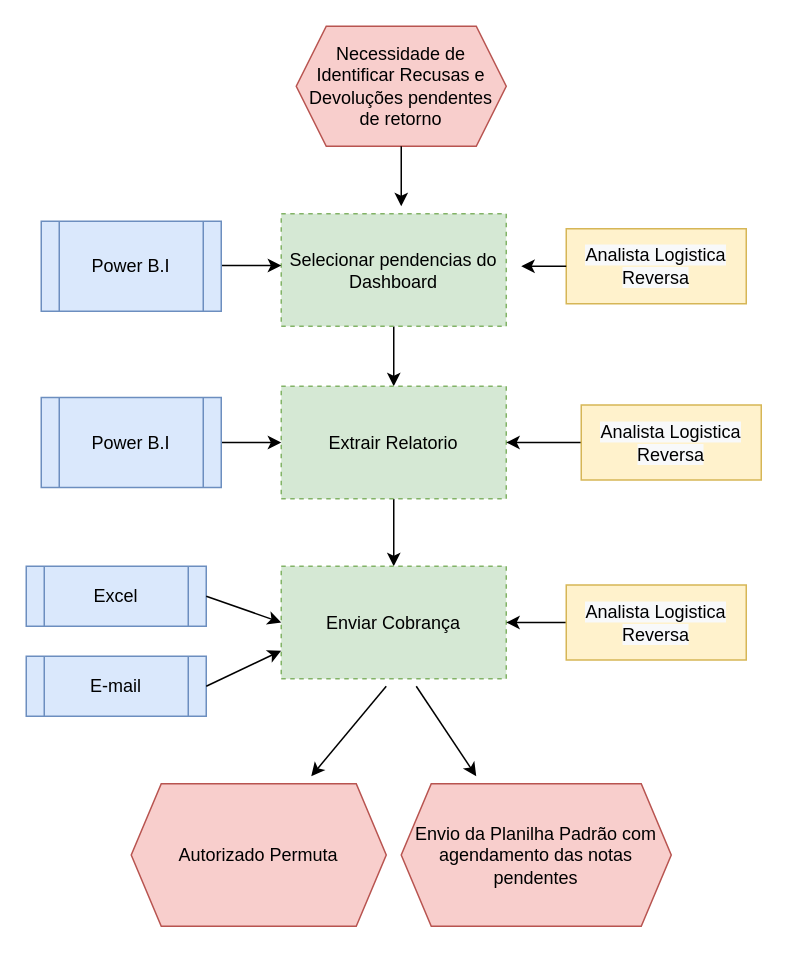
Above: page "Cenario Proposto" (2 of 2) of Untitled Diagram.drawio in Camila1445/205154 (draw.io), before the change. Source tidied: cells renumbered, new cells numbered last; positions are measured from the earlier drawing's top-left corner, leaving out a move shared by most shapes. Both pictures are drawn from the tidied source at 150%, with x=0, y=0 at pixel (26, 26).
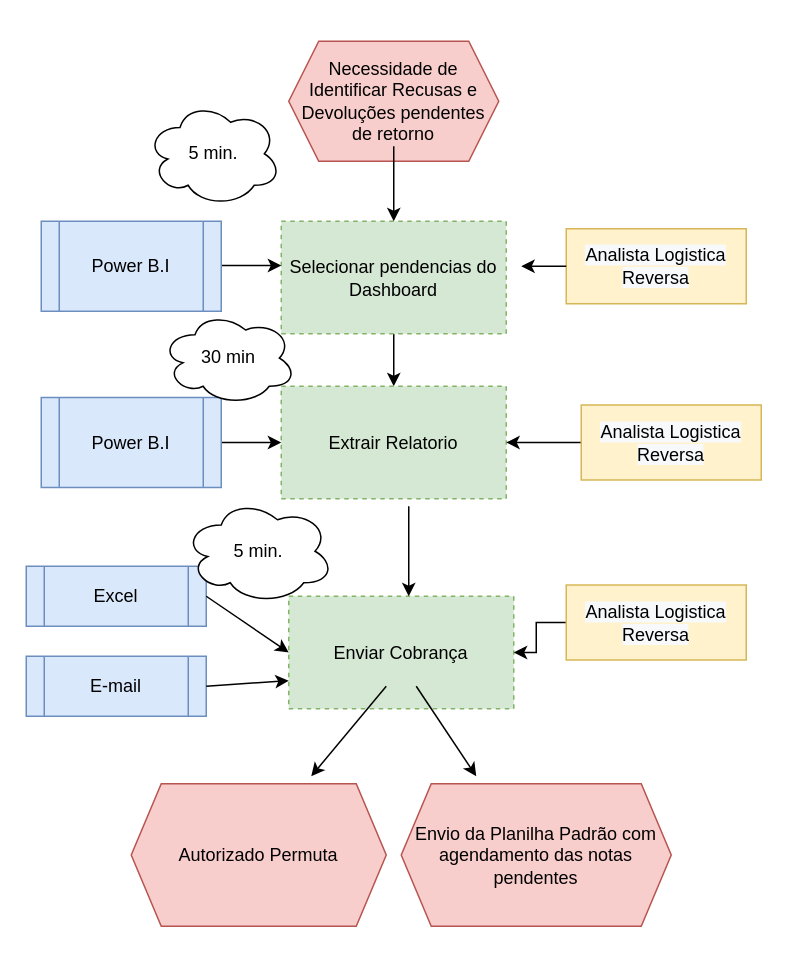
The same diagram, later.

The change refers to these unchanged cells:
```xml
<mxCell id="11" value="Extrair Relatorio" style="rounded=0;whiteSpace=wrap;html=1;dashed=1;fillColor=#d5e8d4;strokeColor=#82b366;" parent="1" vertex="1">
  <mxGeometry x="170" y="240" width="150" height="75" as="geometry" />
</mxCell>
```

Change to the diagram source:
```diff
@@
     <mxCell id="2" value="Necessidade de Identificar Recusas e Devoluções pendentes de retorno" style="shape=hexagon;perimeter=hexagonPerimeter2;whiteSpace=wrap;html=1;fixedSize=1;fillColor=#f8cecc;strokeColor=#b85450;" parent="1" vertex="1">
-      <mxGeometry x="180" width="140" height="80" as="geometry" />
+      <mxGeometry x="175" y="10" width="140" height="80" as="geometry" />
     </mxCell>
@@
     <mxCell id="4" value="Selecionar pendencias do Dashboard" style="rounded=0;whiteSpace=wrap;html=1;dashed=1;fillColor=#d5e8d4;strokeColor=#82b366;" parent="1" vertex="1">
-      <mxGeometry x="170" y="125" width="150" height="75" as="geometry" />
+      <mxGeometry x="170" y="130" width="150" height="75" as="geometry" />
     </mxCell>
@@
-    <mxCell id="8" style="endArrow=classic;html=1;rounded=0;exitX=0.5;exitY=1;exitDx=0;exitDy=0;exitPerimeter=0;" parent="1" edge="1" source="2">
-      <mxGeometry relative="1" as="geometry">
-        <mxPoint x="250" y="120" as="targetPoint" />
-      </mxGeometry>
-    </mxCell>
@@
-    <mxCell id="10" style="edgeStyle=orthogonalEdgeStyle;rounded=0;jettySize=auto;html=1;" parent="1" edge="1" source="11" target="16">
-      <mxGeometry relative="1" as="geometry" />
-    </mxCell>
@@
     <mxCell id="16" value="Enviar Cobrança" style="rounded=0;whiteSpace=wrap;html=1;dashed=1;fillColor=#d5e8d4;strokeColor=#82b366;" parent="1" vertex="1">
-      <mxGeometry x="170" y="360" width="150" height="75" as="geometry" />
+      <mxGeometry x="175" y="380" width="150" height="75" as="geometry" />
     </mxCell>
@@
+    <mxCell id="27" value="5 min." style="ellipse;shape=cloud;whiteSpace=wrap;html=1;" parent="1" vertex="1">
+      <mxGeometry x="80" y="50" width="90" height="70" as="geometry" />
+    </mxCell>
+    <mxCell id="28" style="endArrow=classic;html=1;rounded=0;" parent="1" edge="1">
+      <mxGeometry relative="1" as="geometry">
+        <mxPoint x="255" y="320" as="sourcePoint" />
+        <mxPoint x="255" y="380" as="targetPoint" />
+      </mxGeometry>
+    </mxCell>
+    <mxCell id="29" style="endArrow=classic;html=1;rounded=0;entryX=0.5;entryY=0;entryDx=0;entryDy=0;" parent="1" edge="1" target="4">
+      <mxGeometry relative="1" as="geometry">
+        <mxPoint x="245" y="80" as="sourcePoint" />
+      </mxGeometry>
+    </mxCell>
+    <mxCell id="30" value="30 min" style="ellipse;shape=cloud;whiteSpace=wrap;html=1;" parent="1" vertex="1">
+      <mxGeometry x="90" y="190" width="90" height="62.5" as="geometry" />
+    </mxCell>
+    <mxCell id="31" value="5 min." style="ellipse;shape=cloud;whiteSpace=wrap;html=1;" parent="1" vertex="1">
+      <mxGeometry x="105" y="315" width="100" height="70" as="geometry" />
+    </mxCell>
```
